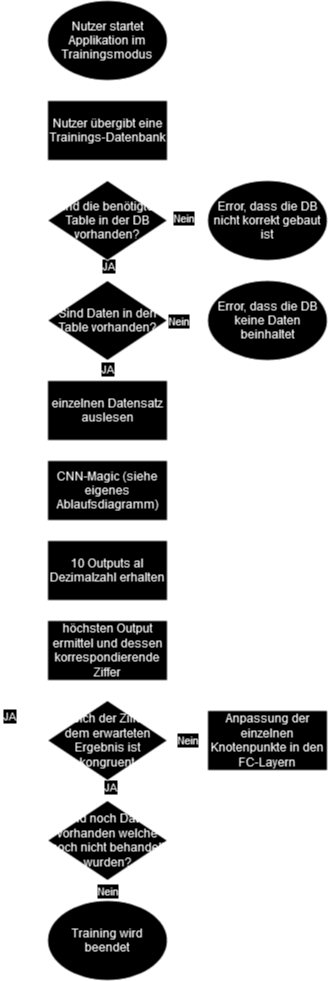
Before: Dokumentation/CKi/images/ablauf-training.png, a diagram exported from draw.io (MrS-E/CKi). Source tidied: cells renumbered, new cells last; positions are measured from the earlier drawing's top-left corner, leaving out a move shared by most shapes.
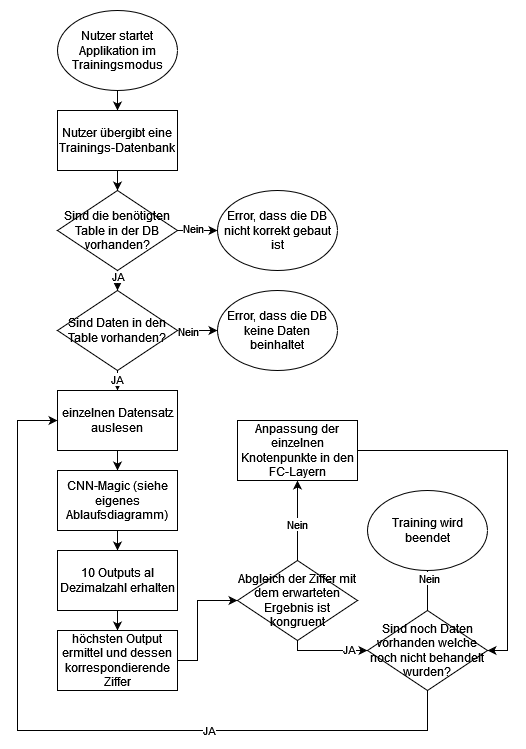
After the commit.

What changed in the source:
```diff
@@ -64,14 +64,23 @@
     <mxCell id="21" value="10 Outputs al Dezimalzahl erhalten" style="whiteSpace=wrap;html=1;" parent="1" vertex="1">
       <mxGeometry x="40" y="540" width="120" height="60" as="geometry" />
     </mxCell>
-    <mxCell id="22" style="edgeStyle=orthogonalEdgeStyle;rounded=0;jettySize=auto;html=1;entryX=0.5;entryY=0;entryDx=0;entryDy=0;" parent="1" edge="1" source="23" target="28">
-      <mxGeometry relative="1" as="geometry" />
+    <mxCell id="22" style="edgeStyle=orthogonalEdgeStyle;rounded=0;jettySize=auto;html=1;entryX=0;entryY=0.5;entryDx=0;entryDy=0;" parent="1" edge="1" source="23" target="28">
+      <mxGeometry relative="1" as="geometry">
+        <Array as="points">
+          <mxPoint x="180" y="650" />
+          <mxPoint x="180" y="590" />
+        </Array>
+      </mxGeometry>
     </mxCell>
     <mxCell id="23" value="höchsten Output ermittel und dessen korrespondierende Ziffer" style="whiteSpace=wrap;html=1;" parent="1" vertex="1">
       <mxGeometry x="40" y="620" width="120" height="60" as="geometry" />
     </mxCell>
-    <mxCell id="24" style="edgeStyle=orthogonalEdgeStyle;rounded=0;jettySize=auto;html=1;" parent="1" edge="1" source="28" target="33">
-      <mxGeometry relative="1" as="geometry" />
+    <mxCell id="24" style="edgeStyle=orthogonalEdgeStyle;rounded=0;jettySize=auto;html=1;exitX=0.5;exitY=1;exitDx=0;exitDy=0;" parent="1" edge="1" source="28" target="33">
+      <mxGeometry relative="1" as="geometry">
+        <Array as="points">
+          <mxPoint x="280" y="640" />
+        </Array>
+      </mxGeometry>
     </mxCell>
     <mxCell id="25" value="JA" style="edgeLabel;html=1;align=center;verticalAlign=middle;" parent="24" vertex="1">
       <mxGeometry x="0.53" y="2" relative="1" as="geometry" />
@@ -83,12 +92,13 @@
       <mxGeometry x="-0.07" y="1" relative="1" as="geometry" />
     </mxCell>
     <mxCell id="28" value="Abgleich der Ziffer mit dem erwarteten Ergebnis ist kongruent" style="rhombus;whiteSpace=wrap;html=1;" parent="1" vertex="1">
-      <mxGeometry x="40" y="700" width="120" height="80" as="geometry" />
+      <mxGeometry x="220" y="550" width="120" height="80" as="geometry" />
     </mxCell>
-    <mxCell id="29" style="edgeStyle=orthogonalEdgeStyle;rounded=0;jettySize=auto;html=1;entryX=0;entryY=0.5;entryDx=0;entryDy=0;" parent="1" edge="1" source="33" target="17">
+    <mxCell id="29" style="edgeStyle=orthogonalEdgeStyle;rounded=0;jettySize=auto;html=1;entryX=0;entryY=0.5;entryDx=0;entryDy=0;exitX=0.5;exitY=1;exitDx=0;exitDy=0;" parent="1" edge="1" source="33" target="17">
       <mxGeometry relative="1" as="geometry">
         <Array as="points">
-          <mxPoint y="840" />
+          <mxPoint x="410" y="720" />
+          <mxPoint y="720" />
           <mxPoint y="410" />
         </Array>
       </mxGeometry>
@@ -103,20 +113,21 @@
       <mxGeometry x="0.67" y="-1" relative="1" as="geometry" />
     </mxCell>
     <mxCell id="33" value="Sind noch Daten vorhanden welche noch nicht behandelt wurden?" style="rhombus;whiteSpace=wrap;html=1;" parent="1" vertex="1">
-      <mxGeometry x="40" y="800" width="120" height="80" as="geometry" />
+      <mxGeometry x="350" y="600" width="120" height="80" as="geometry" />
     </mxCell>
     <mxCell id="34" value="Training wird beendet" style="ellipse;whiteSpace=wrap;html=1;" parent="1" vertex="1">
-      <mxGeometry x="40" y="900" width="120" height="80" as="geometry" />
+      <mxGeometry x="350" y="480" width="120" height="80" as="geometry" />
     </mxCell>
-    <mxCell id="35" style="edgeStyle=orthogonalEdgeStyle;rounded=0;jettySize=auto;html=1;entryX=1;entryY=0.5;entryDx=0;entryDy=0;" parent="1" edge="1" source="36" target="33">
+    <mxCell id="35" style="edgeStyle=orthogonalEdgeStyle;rounded=0;jettySize=auto;html=1;entryX=1;entryY=0.5;entryDx=0;entryDy=0;exitX=1;exitY=0.5;exitDx=0;exitDy=0;" parent="1" edge="1" source="36" target="33">
       <mxGeometry relative="1" as="geometry">
         <Array as="points">
-          <mxPoint x="260" y="840" />
+          <mxPoint x="490" y="440" />
+          <mxPoint x="490" y="640" />
         </Array>
       </mxGeometry>
     </mxCell>
     <mxCell id="36" value="Anpassung der einzelnen Knotenpunkte in den FC-Layern" style="whiteSpace=wrap;html=1;" parent="1" vertex="1">
-      <mxGeometry x="200" y="710" width="120" height="60" as="geometry" />
+      <mxGeometry x="220" y="410" width="120" height="60" as="geometry" />
     </mxCell>
     <mxCell id="37" value="Error, dass die DB nicht korrekt gebaut ist" style="ellipse;whiteSpace=wrap;html=1;" parent="1" vertex="1">
       <mxGeometry x="200" y="180" width="120" height="80" as="geometry" />
```
